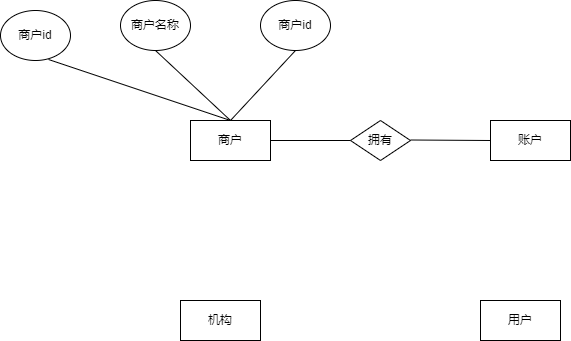
songyibo2019/mydiagrams keeps this draw.io diagram as 代付E-R图1.png. Above is the earlier version. Source tidied: cells renumbered, new cells last; positions are measured from the earlier drawing's top-left corner, leaving out a move shared by most shapes. The source it was exported from:
```xml
<mxGraphModel>
  <root>
    <mxCell id="0" />
    <mxCell id="1" parent="0" />
    <mxCell id="2" value="商户" style="rounded=0;whiteSpace=wrap;html=1;" parent="1" vertex="1">
      <mxGeometry x="190" y="120" width="80" height="40" as="geometry" />
    </mxCell>
    <mxCell id="3" value="商户id" style="ellipse;whiteSpace=wrap;html=1;" parent="1" vertex="1">
      <mxGeometry y="10" width="70" height="50" as="geometry" />
    </mxCell>
    <mxCell id="4" value="用户" style="rounded=0;whiteSpace=wrap;html=1;" parent="1" vertex="1">
      <mxGeometry x="480" y="300" width="80" height="40" as="geometry" />
    </mxCell>
    <mxCell id="5" value="账户" style="rounded=0;whiteSpace=wrap;html=1;" parent="1" vertex="1">
      <mxGeometry x="490" y="120" width="80" height="40" as="geometry" />
    </mxCell>
    <mxCell id="6" value="机构" style="rounded=0;whiteSpace=wrap;html=1;" parent="1" vertex="1">
      <mxGeometry x="180" y="300" width="80" height="40" as="geometry" />
    </mxCell>
    <mxCell id="7" value="商户id" style="ellipse;whiteSpace=wrap;html=1;" parent="1" vertex="1">
      <mxGeometry x="260" width="70" height="50" as="geometry" />
    </mxCell>
    <mxCell id="8" value="商户名称" style="ellipse;whiteSpace=wrap;html=1;" parent="1" vertex="1">
      <mxGeometry x="120" width="70" height="50" as="geometry" />
    </mxCell>
    <mxCell id="9" style="endArrow=none;html=1;rounded=0;entryX=0.5;entryY=1;entryDx=0;entryDy=0;exitX=0.5;exitY=0;exitDx=0;exitDy=0;" parent="1" edge="1" source="2" target="7">
      <mxGeometry relative="1" as="geometry" />
    </mxCell>
    <mxCell id="10" style="endArrow=none;html=1;rounded=0;entryX=0.5;entryY=1;entryDx=0;entryDy=0;exitX=0.5;exitY=0;exitDx=0;exitDy=0;" parent="1" edge="1" source="2" target="8">
      <mxGeometry relative="1" as="geometry" />
    </mxCell>
    <mxCell id="11" style="endArrow=none;html=1;rounded=0;entryX=0.686;entryY=0.98;entryDx=0;entryDy=0;entryPerimeter=0;" parent="1" edge="1" target="3">
      <mxGeometry relative="1" as="geometry">
        <mxPoint x="230" y="120" as="sourcePoint" />
      </mxGeometry>
    </mxCell>
    <mxCell id="12" value="拥有" style="rhombus;whiteSpace=wrap;html=1;" parent="1" vertex="1">
      <mxGeometry x="350" y="120" width="60" height="40" as="geometry" />
    </mxCell>
    <mxCell id="13" style="endArrow=none;html=1;rounded=0;entryX=0;entryY=0.5;entryDx=0;entryDy=0;" parent="1" edge="1" target="12">
      <mxGeometry relative="1" as="geometry">
        <mxPoint x="270" y="140" as="sourcePoint" />
      </mxGeometry>
    </mxCell>
    <mxCell id="14" style="endArrow=none;html=1;rounded=0;entryX=0;entryY=0.5;entryDx=0;entryDy=0;" parent="1" edge="1" target="5">
      <mxGeometry relative="1" as="geometry">
        <mxPoint x="410" y="139.5" as="sourcePoint" />
      </mxGeometry>
    </mxCell>
  </root>
</mxGraphModel>
```
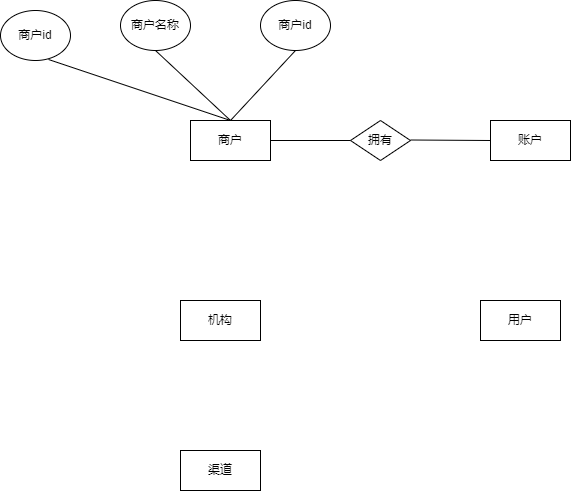
Later version of the same file.

Change to the diagram source:
```diff
@@ -47,5 +47,8 @@
         <mxPoint x="410" y="139.5" as="sourcePoint" />
       </mxGeometry>
     </mxCell>
+    <mxCell id="15" value="渠道" style="rounded=0;whiteSpace=wrap;html=1;" parent="1" vertex="1">
+      <mxGeometry x="180" y="450" width="80" height="40" as="geometry" />
+    </mxCell>
   </root>
 </mxGraphModel>
```
